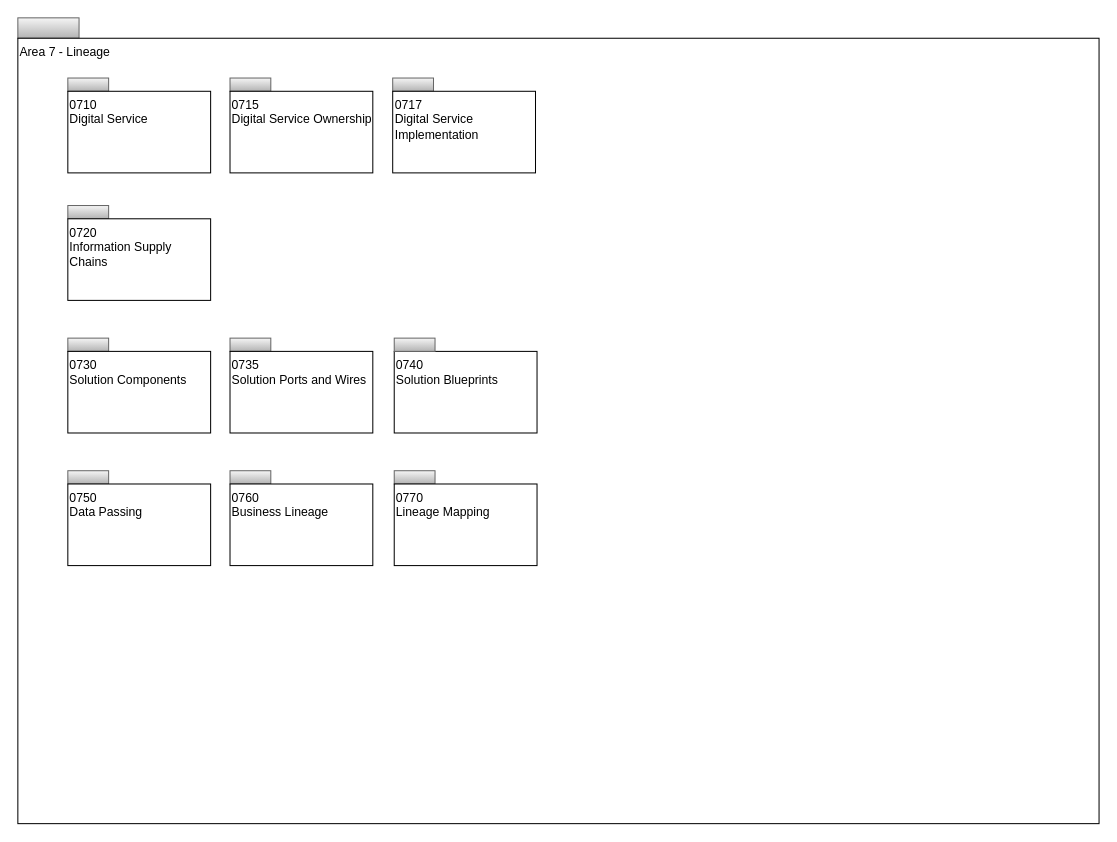
Above: page "Overview" (1 of 12) of open-metadata-publication/website/open-metadata-types/area-7-lineage.drawio in odpi/egeria (draw.io), before the change. Source tidied: cells renumbered, new cells numbered last; positions are measured from the earlier drawing's top-left corner, leaving out a move shared by most shapes. Both pictures are drawn from the tidied source at 102%, with x=0, y=0 at pixel (17, 17).
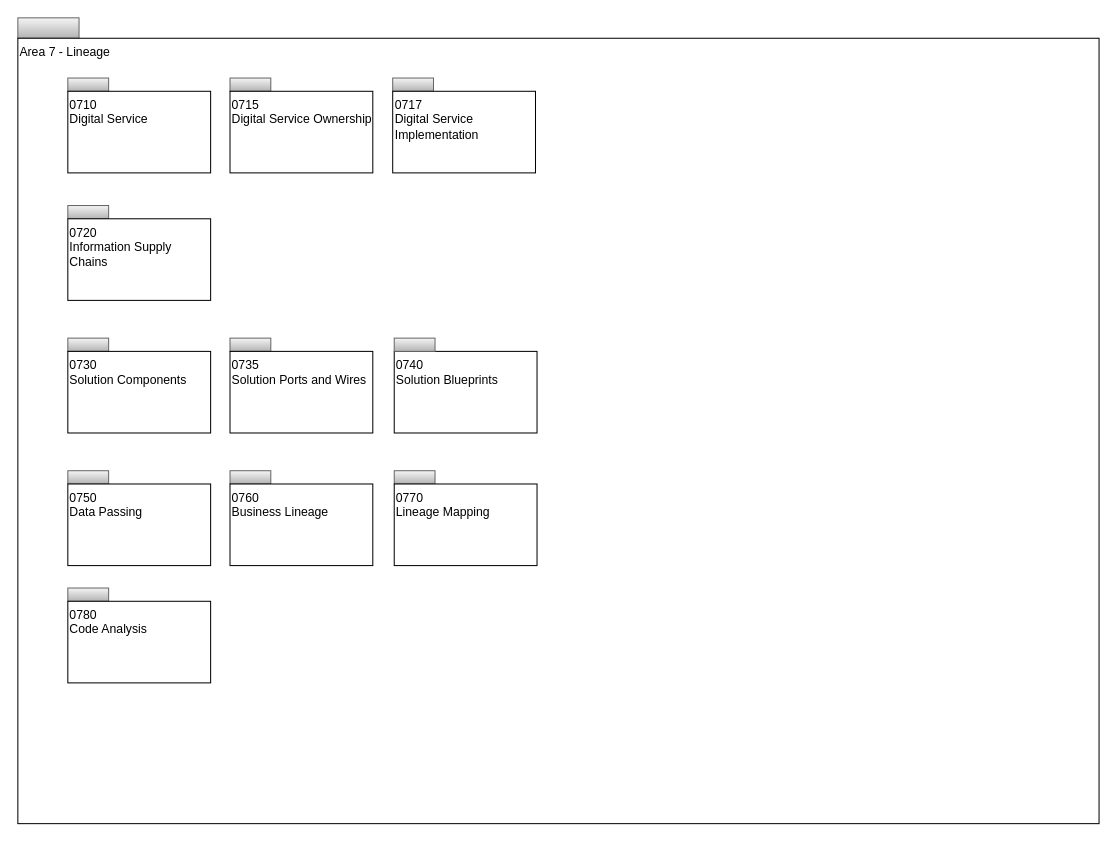
Above is the later version.

Diff of the diagram source:
```diff
@@
+    <mxCell id="24" style="rounded=0;whiteSpace=wrap;html=1;align=left;fillColor=#f5f5f5;strokeColor=#666666;gradientColor=#b3b3b3;" parent="1" vertex="1">
+      <mxGeometry x="49" y="559" width="40" height="13" as="geometry" />
+    </mxCell>
+    <mxCell id="25" value="0780&lt;br&gt;Code Analysis" style="rounded=0;whiteSpace=wrap;html=1;align=left;verticalAlign=top;" parent="1" vertex="1">
+      <mxGeometry x="49" y="572" width="140" height="80" as="geometry" />
+    </mxCell>
```
